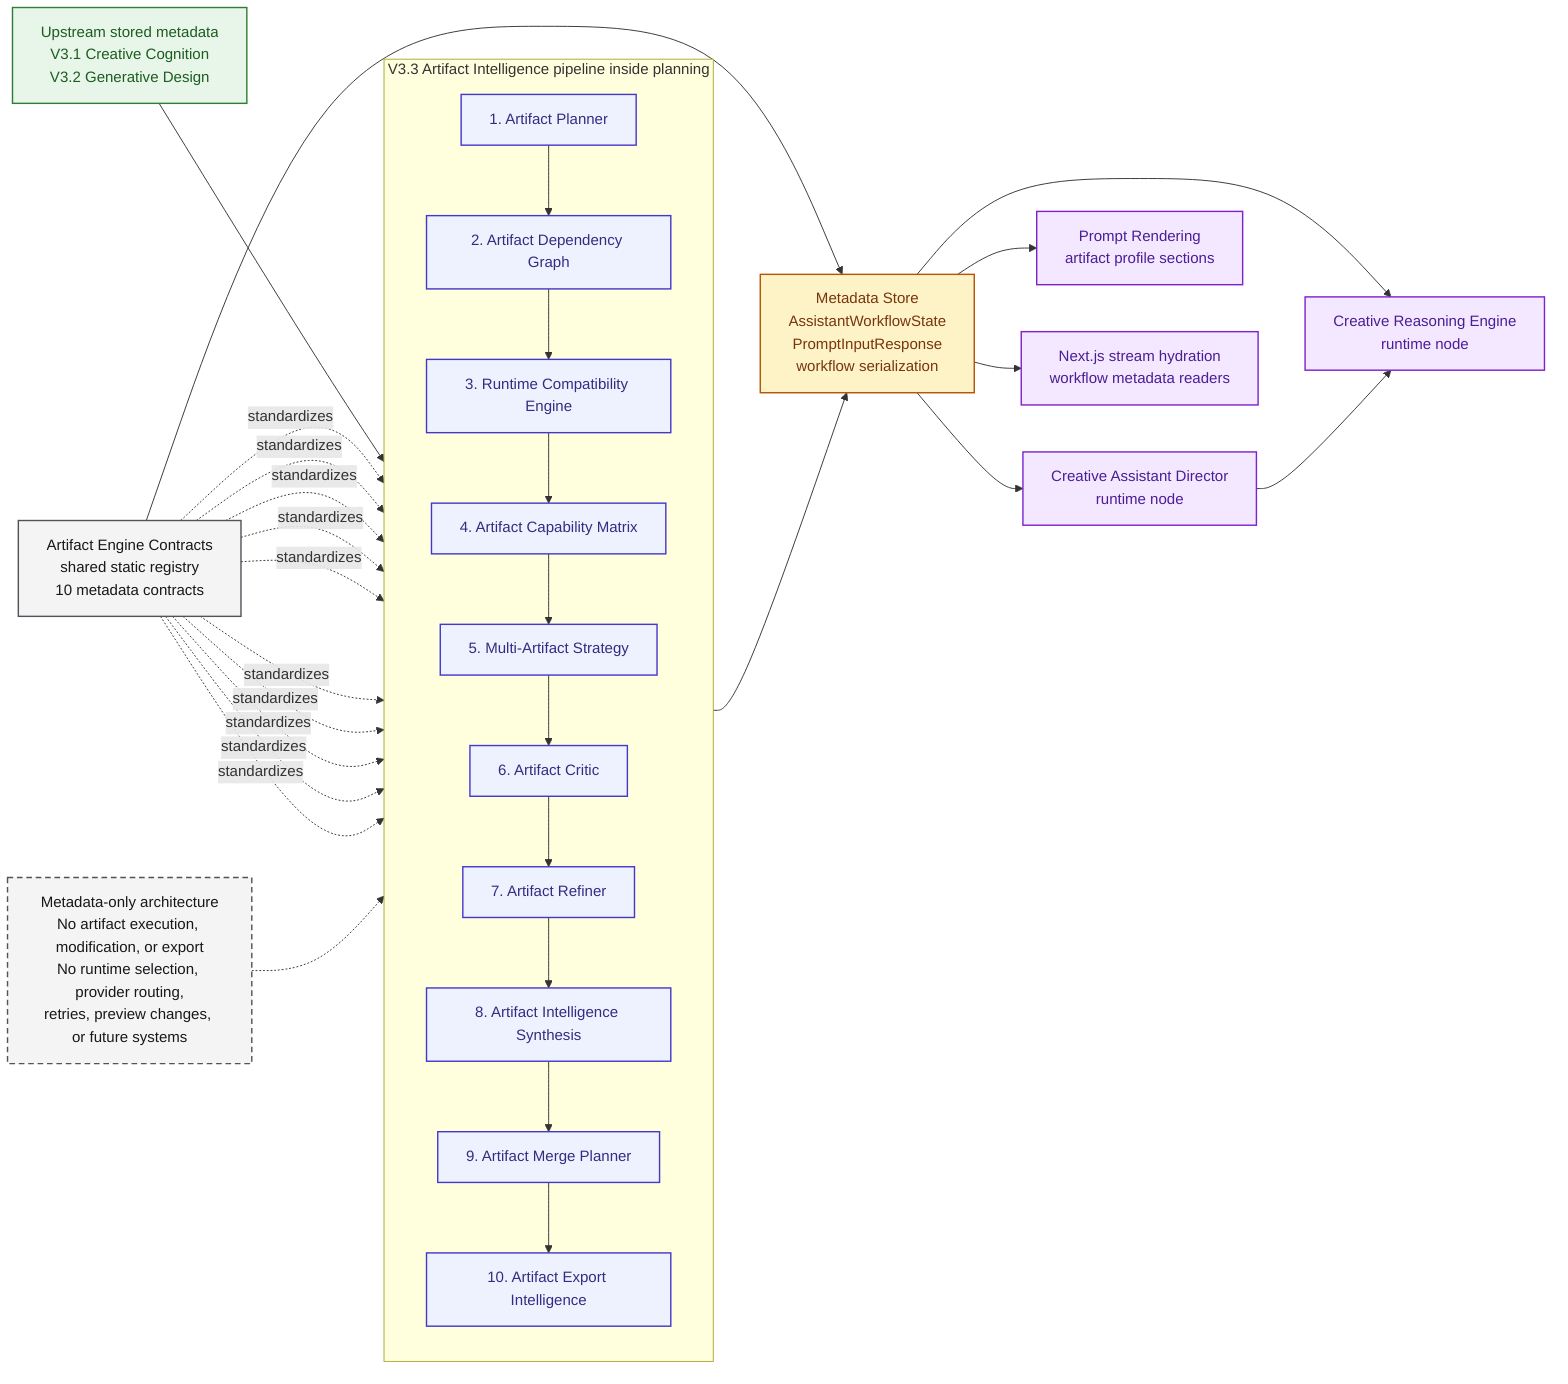
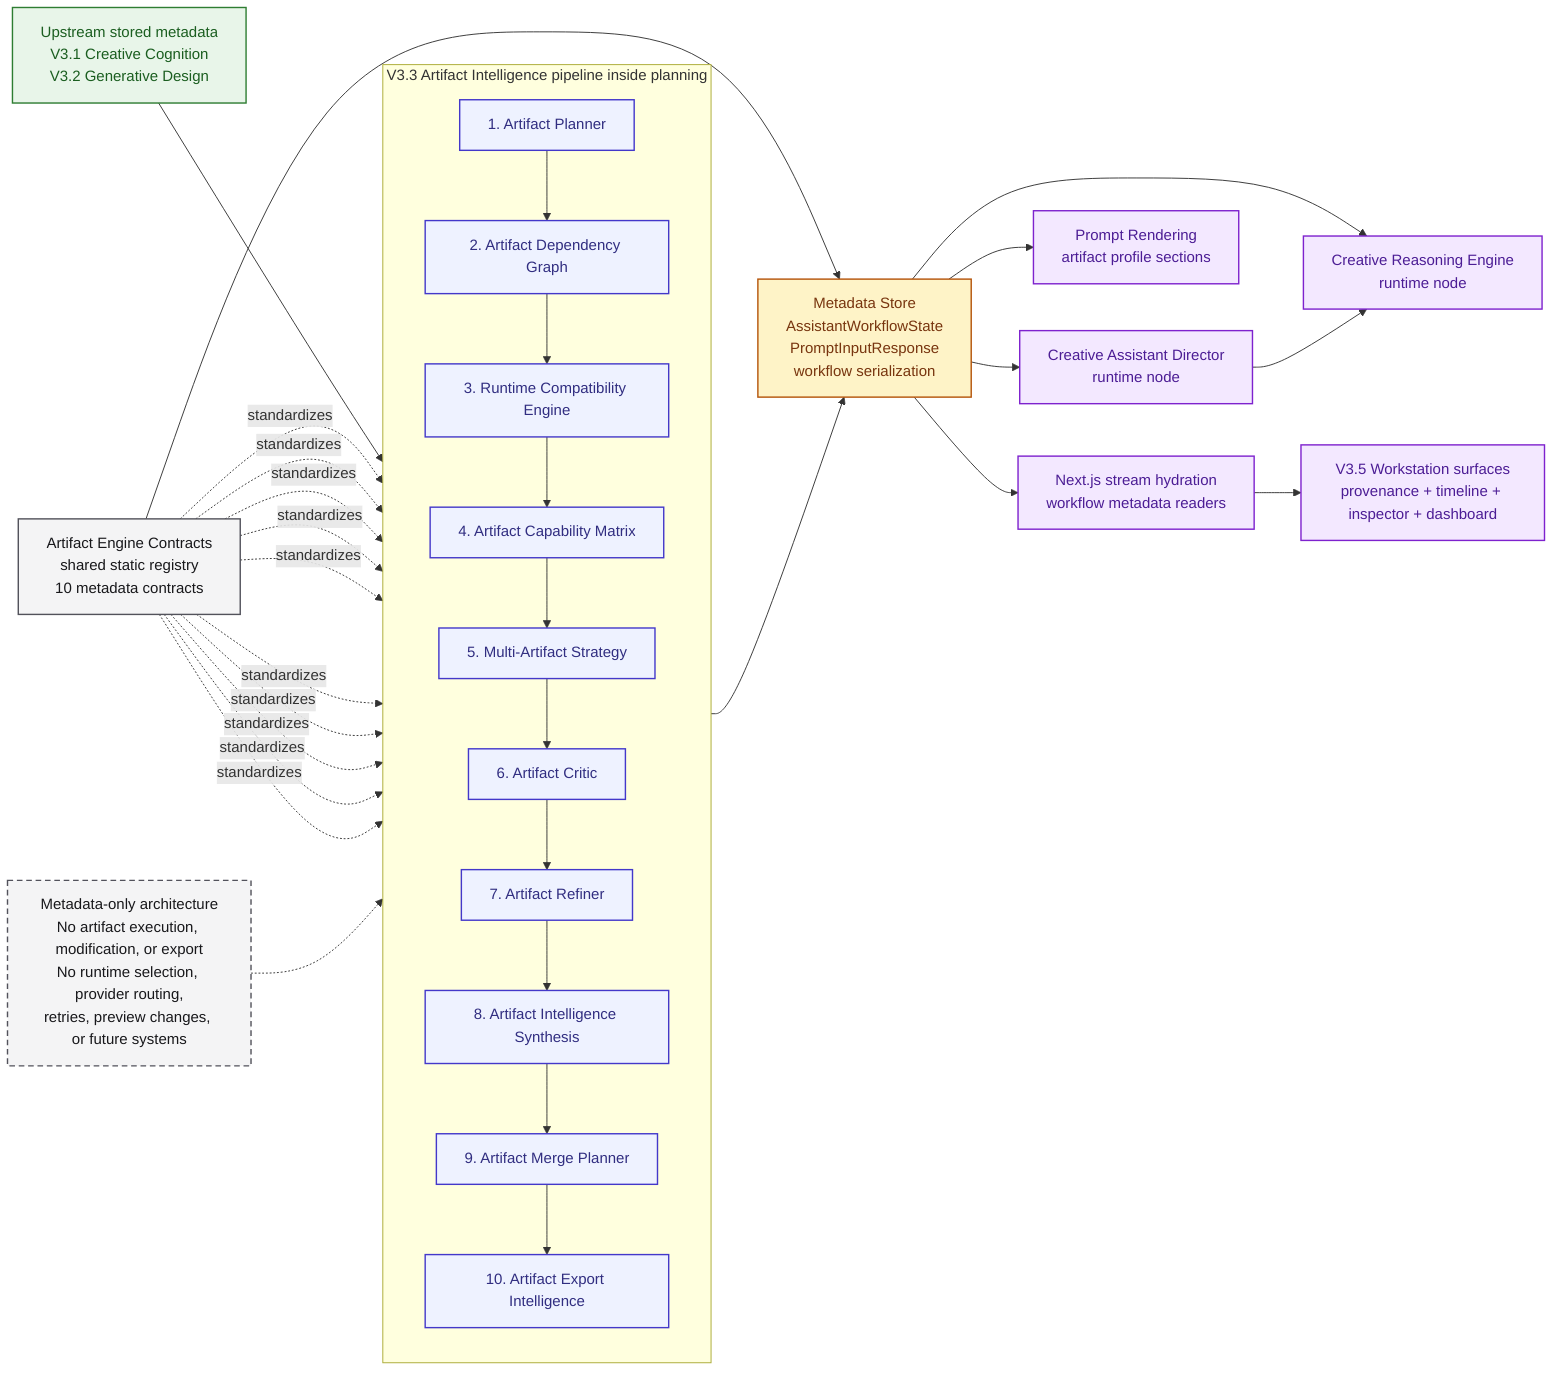
flowchart LR
    classDef upstream fill:#E8F5E9,stroke:#2E7D32,color:#1B5E20,stroke-width:1.5px;
    classDef artifact fill:#EEF2FF,stroke:#4338CA,color:#312E81,stroke-width:1.5px;
    classDef contract fill:#F4F4F5,stroke:#52525B,color:#18181B,stroke-width:1.5px;
    classDef store fill:#FEF3C7,stroke:#B45309,color:#78350F,stroke-width:1.5px;
    classDef consumer fill:#F3E8FF,stroke:#7E22CE,color:#4C1D95,stroke-width:1.5px;
    classDef note fill:#F4F4F5,stroke:#52525B,color:#18181B,stroke-width:1.5px,stroke-dasharray: 6 4;

    upstream["Upstream stored metadata<br/>V3.1 Creative Cognition<br/>V3.2 Generative Design"]:::upstream

    subgraph artifact_stack["V3.3 Artifact Intelligence pipeline inside planning"]
        direction TB
        planner["1. Artifact Planner"]:::artifact
        dependency["2. Artifact Dependency Graph"]:::artifact
        runtime["3. Runtime Compatibility Engine"]:::artifact
        capability["4. Artifact Capability Matrix"]:::artifact
        strategy["5. Multi-Artifact Strategy"]:::artifact
        critic["6. Artifact Critic"]:::artifact
        refiner["7. Artifact Refiner"]:::artifact
        synthesis["8. Artifact Intelligence Synthesis"]:::artifact
        merge["9. Artifact Merge Planner"]:::artifact
        export["10. Artifact Export Intelligence"]:::artifact
    end

    contracts["Artifact Engine Contracts<br/>shared static registry<br/>10 metadata contracts"]:::contract
    store["Metadata Store<br/>AssistantWorkflowState<br/>PromptInputResponse<br/>workflow serialization"]:::store
    director["Creative Assistant Director<br/>runtime node"]:::consumer
    reasoning["Creative Reasoning Engine<br/>runtime node"]:::consumer
    prompt["Prompt Rendering<br/>artifact profile sections"]:::consumer
    stream["Next.js stream hydration<br/>workflow metadata readers"]:::consumer
+     workstation["V3.5 Workstation surfaces<br/>provenance + timeline + inspector + dashboard"]:::consumer
    note["Metadata-only architecture<br/>No artifact execution, modification, or export<br/>No runtime selection, provider routing,<br/>retries, preview changes, or future systems"]:::note

    upstream --> planner --> dependency --> runtime --> capability --> strategy --> critic --> refiner --> synthesis --> merge --> export
    contracts -. standardizes .-> planner
    contracts -. standardizes .-> dependency
    contracts -. standardizes .-> runtime
    contracts -. standardizes .-> capability
    contracts -. standardizes .-> strategy
    contracts -. standardizes .-> critic
    contracts -. standardizes .-> refiner
    contracts -. standardizes .-> synthesis
    contracts -. standardizes .-> merge
    contracts -. standardizes .-> export

    export --> store
    contracts --> store
    store --> director
    store --> reasoning
    store --> prompt
    store --> stream
+     stream --> workstation
    director --> reasoning
    note -.-> artifact_stack
